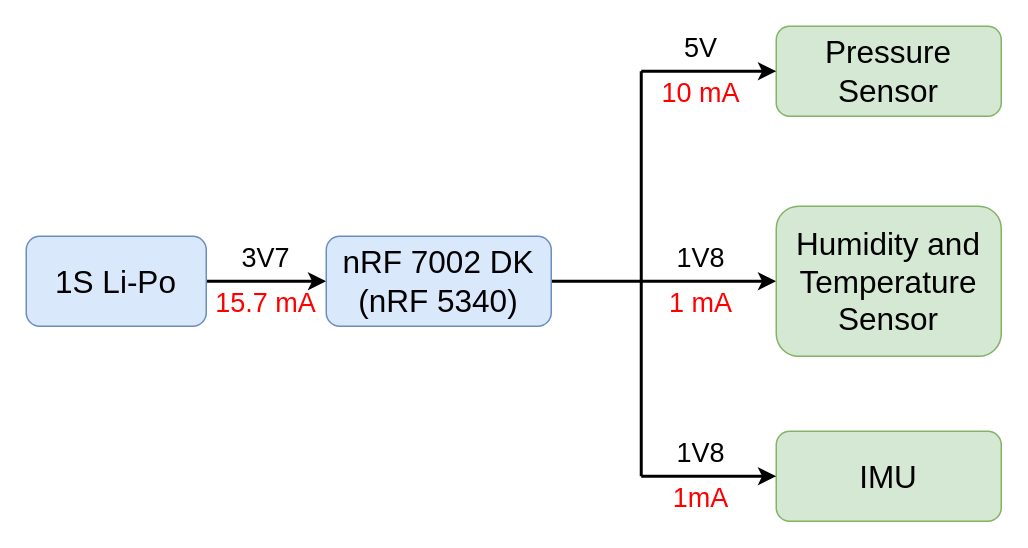
This is P_B_D.drawio from ese5180/iot-venture-f25-mesh, a draw.io file, before an edit. Source tidied: cells renumbered, new cells numbered last; positions are measured from the earlier drawing's top-left corner, leaving out a move shared by most shapes. Both pictures are drawn from the tidied source at 150%, with x=0, y=0 at pixel (26, 26).
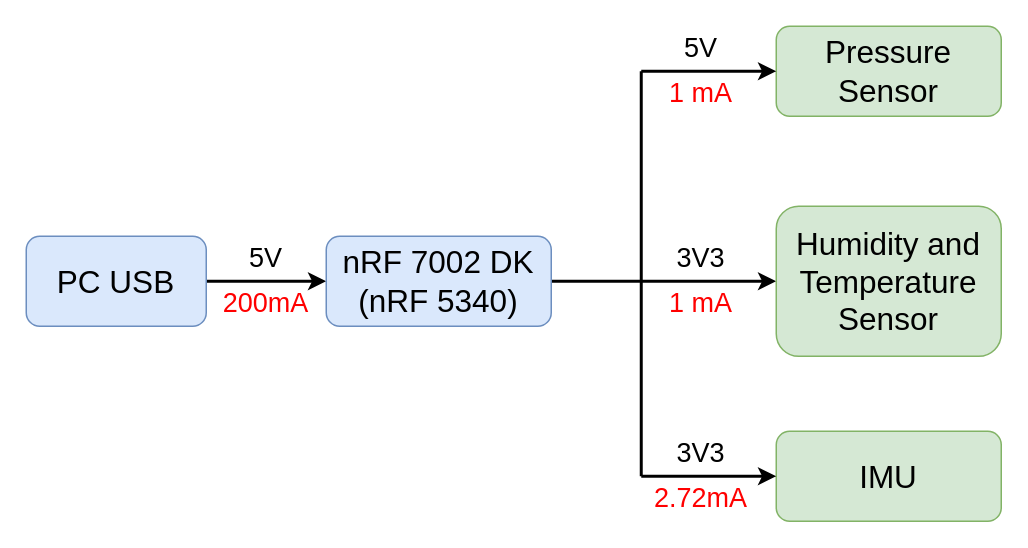
Above is the later version.

The edit, as a diff of the source:
```diff
@@
-    <mxCell id="3" value="&lt;font style=&quot;font-size: 21px;&quot;&gt;1S Li-Po&lt;/font&gt;" style="rounded=1;whiteSpace=wrap;html=1;fillColor=#dae8fc;strokeColor=#6c8ebf;" parent="1" vertex="1">
+    <mxCell id="3" value="&lt;span style=&quot;font-size: 21px;&quot;&gt;PC USB&lt;/span&gt;" style="rounded=1;whiteSpace=wrap;html=1;fillColor=#dae8fc;strokeColor=#6c8ebf;" parent="1" vertex="1">
       <mxGeometry y="140" width="120" height="60" as="geometry" />
     </mxCell>
@@
-    <mxCell id="11" value="&lt;font style=&quot;font-size: 18px;&quot;&gt;3V7&lt;/font&gt;" style="text;html=1;align=center;verticalAlign=middle;whiteSpace=wrap;rounded=0;" parent="1" vertex="1">
+    <mxCell id="11" value="&lt;font style=&quot;font-size: 18px;&quot;&gt;5V&lt;/font&gt;" style="text;html=1;align=center;verticalAlign=middle;whiteSpace=wrap;rounded=0;" parent="1" vertex="1">
       <mxGeometry x="130" y="140" width="60" height="30" as="geometry" />
     </mxCell>
@@
-    <mxCell id="14" value="&lt;font style=&quot;font-size: 18px;&quot;&gt;10 mA&lt;/font&gt;" style="text;html=1;align=center;verticalAlign=middle;whiteSpace=wrap;rounded=0;fontColor=#FF0000;" parent="1" vertex="1">
+    <mxCell id="14" value="&lt;font style=&quot;font-size: 18px;&quot;&gt;1 mA&lt;/font&gt;" style="text;html=1;align=center;verticalAlign=middle;whiteSpace=wrap;rounded=0;fontColor=#FF0000;" parent="1" vertex="1">
       <mxGeometry x="410" y="30" width="80" height="30" as="geometry" />
     </mxCell>
@@
-    <mxCell id="16" value="&lt;font style=&quot;font-size: 18px;&quot;&gt;1mA&lt;/font&gt;" style="text;html=1;align=center;verticalAlign=middle;whiteSpace=wrap;rounded=0;fontColor=#FF0000;" parent="1" vertex="1">
+    <mxCell id="16" value="&lt;font style=&quot;font-size: 18px;&quot;&gt;2.72mA&lt;/font&gt;" style="text;html=1;align=center;verticalAlign=middle;whiteSpace=wrap;rounded=0;fontColor=#FF0000;" parent="1" vertex="1">
       <mxGeometry x="410" y="300" width="80" height="30" as="geometry" />
     </mxCell>
-    <mxCell id="17" value="&lt;font style=&quot;font-size: 18px;&quot;&gt;15.7 mA&lt;/font&gt;" style="text;html=1;align=center;verticalAlign=middle;whiteSpace=wrap;rounded=0;fontColor=#FF0000;" parent="1" vertex="1">
+    <mxCell id="17" value="&lt;font style=&quot;font-size: 18px;&quot;&gt;200mA&lt;/font&gt;" style="text;html=1;align=center;verticalAlign=middle;whiteSpace=wrap;rounded=0;fontColor=#FF0000;" parent="1" vertex="1">
       <mxGeometry x="125" y="170" width="70" height="30" as="geometry" />
     </mxCell>
-    <mxCell id="18" value="&lt;font style=&quot;font-size: 18px;&quot;&gt;5V&lt;/font&gt;" style="text;html=1;align=center;verticalAlign=middle;whiteSpace=wrap;rounded=0;" parent="1" vertex="1">
+    <mxCell id="18" value="&lt;span style=&quot;font-size: 18px;&quot;&gt;5V&lt;/span&gt;" style="text;html=1;align=center;verticalAlign=middle;whiteSpace=wrap;rounded=0;" parent="1" vertex="1">
       <mxGeometry x="420" width="60" height="30" as="geometry" />
     </mxCell>
-    <mxCell id="19" value="&lt;font style=&quot;font-size: 18px;&quot;&gt;1V8&lt;/font&gt;" style="text;html=1;align=center;verticalAlign=middle;whiteSpace=wrap;rounded=0;" parent="1" vertex="1">
+    <mxCell id="19" value="&lt;font style=&quot;font-size: 18px;&quot;&gt;3V3&lt;/font&gt;" style="text;html=1;align=center;verticalAlign=middle;whiteSpace=wrap;rounded=0;" parent="1" vertex="1">
       <mxGeometry x="420" y="140" width="60" height="30" as="geometry" />
     </mxCell>
-    <mxCell id="20" value="&lt;font style=&quot;font-size: 18px;&quot;&gt;1V8&lt;/font&gt;" style="text;html=1;align=center;verticalAlign=middle;whiteSpace=wrap;rounded=0;" parent="1" vertex="1">
+    <mxCell id="20" value="&lt;font style=&quot;font-size: 18px;&quot;&gt;3V3&lt;/font&gt;" style="text;html=1;align=center;verticalAlign=middle;whiteSpace=wrap;rounded=0;" parent="1" vertex="1">
       <mxGeometry x="420" y="270" width="60" height="30" as="geometry" />
     </mxCell>
```
